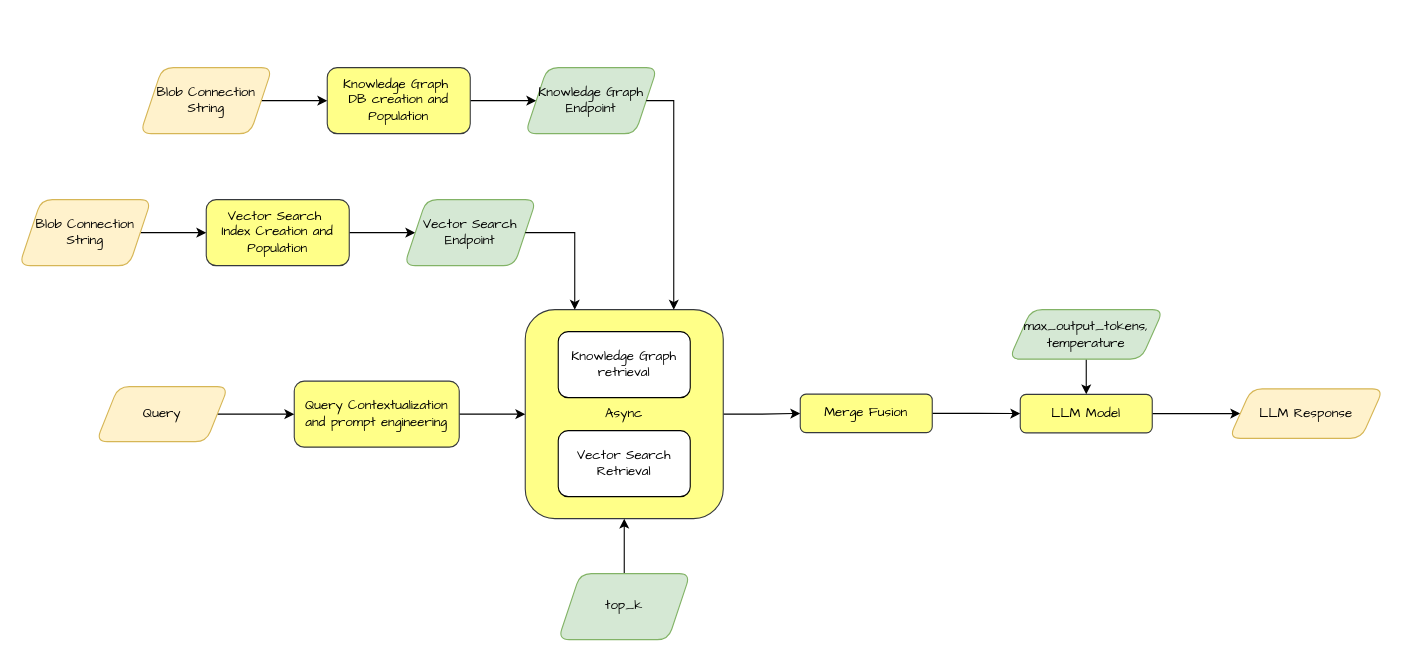
This is page "T-mobile Initial" (5 of 8) of docs/genai_pipeline 1.drawio from snklpee/EnhancedRAG, a draw.io file, before an edit. Source tidied: cells renumbered, new cells numbered last; positions are measured from the earlier drawing's top-left corner, leaving out a move shared by most shapes. Both pictures are drawn from the tidied source at 110%, with x=0, y=0 at pixel (19, 67).
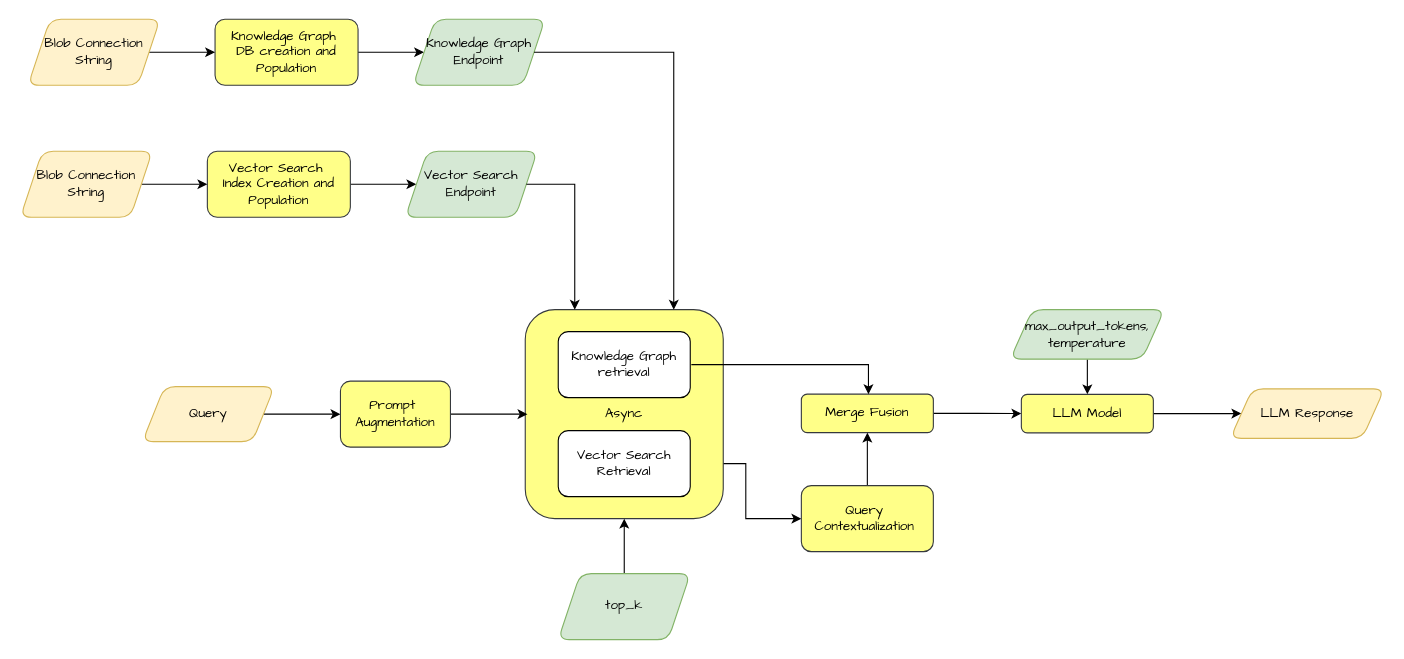
The same page after the edit.

Unchanged cells that the change refers to:
```xml
<mxCell id="3" value="Async" style="rounded=1;whiteSpace=wrap;html=1;fillColor=#ffff88;strokeColor=#36393d;fontFamily=Architects Daughter;" parent="1" vertex="1">
  <mxGeometry x="460" y="220" width="180" height="190" as="geometry" />
</mxCell>
<mxCell id="18" value="Vector Search Retrieval" style="rounded=1;whiteSpace=wrap;html=1;fontFamily=Architects Daughter;" parent="1" vertex="1">
  <mxGeometry x="490" y="330" width="120" height="60" as="geometry" />
</mxCell>
```

Change to the diagram source:
```diff
@@
-    <mxCell id="2" style="edgeStyle=orthogonalEdgeStyle;rounded=0;jettySize=auto;html=1;fontFamily=Architects Daughter;" parent="1" edge="1" source="3" target="20">
+    <mxCell id="2" style="edgeStyle=orthogonalEdgeStyle;rounded=0;jettySize=auto;html=1;fontFamily=Architects Daughter;exitX=1;exitY=0.5;exitDx=0;exitDy=0;entryX=0;entryY=0.5;entryDx=0;entryDy=0;" parent="1" edge="1" source="18" target="35">
       <mxGeometry relative="1" as="geometry" />
     </mxCell>
@@
     <mxCell id="5" value="Knowledge Graph&amp;nbsp;&lt;div&gt;DB creation and&lt;/div&gt;&lt;div&gt;Population&lt;/div&gt;" style="rounded=1;whiteSpace=wrap;html=1;fillColor=#ffff88;strokeColor=#36393d;fontFamily=Architects Daughter;" parent="1" vertex="1">
-      <mxGeometry x="280" width="130" height="60" as="geometry" />
+      <mxGeometry x="178" y="-44" width="130" height="60" as="geometry" />
     </mxCell>
@@
     <mxCell id="7" value="Knowledge Graph&lt;div&gt;Endpoint&lt;/div&gt;" style="shape=parallelogram;perimeter=parallelogramPerimeter;whiteSpace=wrap;html=1;fixedSize=1;rounded=1;fillColor=#d5e8d4;strokeColor=#82b366;fontFamily=Architects Daughter;" parent="1" vertex="1">
-      <mxGeometry x="460" width="120" height="60" as="geometry" />
+      <mxGeometry x="358" y="-44" width="120" height="60" as="geometry" />
     </mxCell>
     <mxCell id="8" value="Blob Connection String" style="shape=parallelogram;perimeter=parallelogramPerimeter;whiteSpace=wrap;html=1;fixedSize=1;rounded=1;fillColor=#fff2cc;strokeColor=#d6b656;fontFamily=Architects Daughter;" parent="1" vertex="1">
-      <mxGeometry x="110" width="120" height="60" as="geometry" />
+      <mxGeometry x="8" y="-44" width="120" height="60" as="geometry" />
     </mxCell>
@@
     <mxCell id="10" value="Vector Search&amp;nbsp;&lt;div&gt;Index Creation and Population&lt;/div&gt;" style="rounded=1;whiteSpace=wrap;html=1;fillColor=#ffff88;strokeColor=#36393d;fontFamily=Architects Daughter;" parent="1" vertex="1">
-      <mxGeometry x="170" y="120" width="130" height="60" as="geometry" />
+      <mxGeometry x="171" y="76" width="130" height="60" as="geometry" />
     </mxCell>
@@
     <mxCell id="12" value="Vector Search Endpoint" style="shape=parallelogram;perimeter=parallelogramPerimeter;whiteSpace=wrap;html=1;fixedSize=1;rounded=1;fillColor=#d5e8d4;strokeColor=#82b366;fontFamily=Architects Daughter;" parent="1" vertex="1">
-      <mxGeometry x="350" y="120" width="120" height="60" as="geometry" />
+      <mxGeometry x="351" y="76" width="120" height="60" as="geometry" />
     </mxCell>
     <mxCell id="13" value="Blob Connection String" style="shape=parallelogram;perimeter=parallelogramPerimeter;whiteSpace=wrap;html=1;fixedSize=1;rounded=1;fillColor=#fff2cc;strokeColor=#d6b656;fontFamily=Architects Daughter;" parent="1" vertex="1">
-      <mxGeometry y="120" width="120" height="60" as="geometry" />
+      <mxGeometry x="1" y="76" width="120" height="60" as="geometry" />
     </mxCell>
-    <mxCell id="14" style="edgeStyle=orthogonalEdgeStyle;rounded=0;jettySize=auto;html=1;entryX=0;entryY=0.5;entryDx=0;entryDy=0;fontFamily=Architects Daughter;" parent="1" edge="1" source="15" target="3">
-      <mxGeometry relative="1" as="geometry" />
-    </mxCell>
-    <mxCell id="15" value="Query Contextualization and prompt engineering" style="rounded=1;whiteSpace=wrap;html=1;fillColor=#ffff88;strokeColor=#36393d;fontFamily=Architects Daughter;" parent="1" vertex="1">
-      <mxGeometry x="250" y="285" width="150" height="60" as="geometry" />
-    </mxCell>
-    <mxCell id="16" style="edgeStyle=orthogonalEdgeStyle;rounded=0;jettySize=auto;html=1;exitX=1;exitY=0.5;exitDx=0;exitDy=0;fontFamily=Architects Daughter;" parent="1" edge="1" source="26" target="15">
+    <mxCell id="16" style="edgeStyle=orthogonalEdgeStyle;rounded=0;jettySize=auto;html=1;exitX=1;exitY=0.5;exitDx=0;exitDy=0;fontFamily=Architects Daughter;entryX=0;entryY=0.5;entryDx=0;entryDy=0;" parent="1" edge="1" source="26" target="32">
       <mxGeometry relative="1" as="geometry" />
     </mxCell>
@@
     <mxCell id="20" value="Merge Fusion" style="rounded=1;whiteSpace=wrap;html=1;fillColor=#ffff88;strokeColor=#36393d;fontFamily=Architects Daughter;" parent="1" vertex="1">
-      <mxGeometry x="710" y="296.8" width="120" height="35" as="geometry" />
+      <mxGeometry x="711" y="296.8" width="120" height="35" as="geometry" />
     </mxCell>
@@
     <mxCell id="22" value="LLM Model" style="rounded=1;whiteSpace=wrap;html=1;fillColor=#ffff88;strokeColor=#36393d;fontFamily=Architects Daughter;" parent="1" vertex="1">
-      <mxGeometry x="910" y="297" width="120" height="35" as="geometry" />
+      <mxGeometry x="911" y="297" width="120" height="35" as="geometry" />
     </mxCell>
     <mxCell id="23" style="endArrow=classic;html=1;rounded=0;exitX=1;exitY=0.5;exitDx=0;exitDy=0;entryX=0.25;entryY=0;entryDx=0;entryDy=0;fontFamily=Architects Daughter;" parent="1" edge="1" source="12" target="3">
       <mxGeometry relative="1" as="geometry">
         <Array as="points">
-          <mxPoint x="505" y="150" />
+          <mxPoint x="505" y="106" />
         </Array>
       </mxGeometry>
     </mxCell>
     <mxCell id="24" style="endArrow=classic;html=1;rounded=0;entryX=0.75;entryY=0;entryDx=0;entryDy=0;exitX=1;exitY=0.5;exitDx=0;exitDy=0;fontFamily=Architects Daughter;" parent="1" edge="1" source="7" target="3">
       <mxGeometry relative="1" as="geometry">
         <Array as="points">
-          <mxPoint x="595" y="30" />
+          <mxPoint x="595" y="-14" />
         </Array>
       </mxGeometry>
     </mxCell>
@@
     <mxCell id="26" value="Query" style="shape=parallelogram;perimeter=parallelogramPerimeter;whiteSpace=wrap;html=1;fixedSize=1;rounded=1;fillColor=#fff2cc;strokeColor=#d6b656;fontFamily=Architects Daughter;" parent="1" vertex="1">
-      <mxGeometry x="70" y="290" width="120" height="50" as="geometry" />
+      <mxGeometry x="112" y="290" width="120" height="50" as="geometry" />
     </mxCell>
@@
     <mxCell id="29" value="max_output_tokens,&lt;div&gt;temperature&lt;/div&gt;" style="shape=parallelogram;perimeter=parallelogramPerimeter;whiteSpace=wrap;html=1;fixedSize=1;rounded=1;fillColor=#d5e8d4;strokeColor=#82b366;fontFamily=Architects Daughter;" parent="1" vertex="1">
-      <mxGeometry x="900" y="220" width="140" height="45" as="geometry" />
+      <mxGeometry x="901" y="220" width="140" height="45" as="geometry" />
     </mxCell>
     <mxCell id="30" value="LLM Response" style="shape=parallelogram;perimeter=parallelogramPerimeter;whiteSpace=wrap;html=1;fixedSize=1;rounded=1;fillColor=#fff2cc;strokeColor=#d6b656;fontFamily=Architects Daughter;" parent="1" vertex="1">
-      <mxGeometry x="1100" y="292" width="140" height="45" as="geometry" />
+      <mxGeometry x="1101" y="292" width="140" height="45" as="geometry" />
     </mxCell>
+    <mxCell id="31" style="edgeStyle=orthogonalEdgeStyle;rounded=0;jettySize=auto;html=1;" parent="1" edge="1" source="32">
+      <mxGeometry relative="1" as="geometry">
+        <mxPoint x="462" y="315" as="targetPoint" />
+      </mxGeometry>
+    </mxCell>
+    <mxCell id="32" value="Prompt&amp;nbsp;&lt;div&gt;Augmentation&lt;/div&gt;" style="rounded=1;whiteSpace=wrap;html=1;fillColor=#ffff88;strokeColor=#36393d;fontFamily=Architects Daughter;" parent="1" vertex="1">
+      <mxGeometry x="292" y="285" width="100" height="60" as="geometry" />
+    </mxCell>
+    <mxCell id="33" style="endArrow=classic;html=1;rounded=0;exitX=1;exitY=0.5;exitDx=0;exitDy=0;entryX=0.5;entryY=0;entryDx=0;entryDy=0;" parent="1" edge="1">
+      <mxGeometry relative="1" as="geometry">
+        <mxPoint x="611" y="270" as="sourcePoint" />
+        <mxPoint x="772" y="296.8" as="targetPoint" />
+        <Array as="points">
+          <mxPoint x="772" y="270" />
+        </Array>
+      </mxGeometry>
+    </mxCell>
+    <mxCell id="34" style="edgeStyle=orthogonalEdgeStyle;rounded=0;jettySize=auto;html=1;" parent="1" edge="1" source="35" target="20">
+      <mxGeometry relative="1" as="geometry" />
+    </mxCell>
+    <mxCell id="35" value="Query&amp;nbsp;&lt;div&gt;Contextualization&amp;nbsp;&lt;/div&gt;" style="rounded=1;whiteSpace=wrap;html=1;fillColor=#ffff88;strokeColor=#36393d;fontFamily=Architects Daughter;" parent="1" vertex="1">
+      <mxGeometry x="711" y="380" width="120" height="60" as="geometry" />
+    </mxCell>
```
